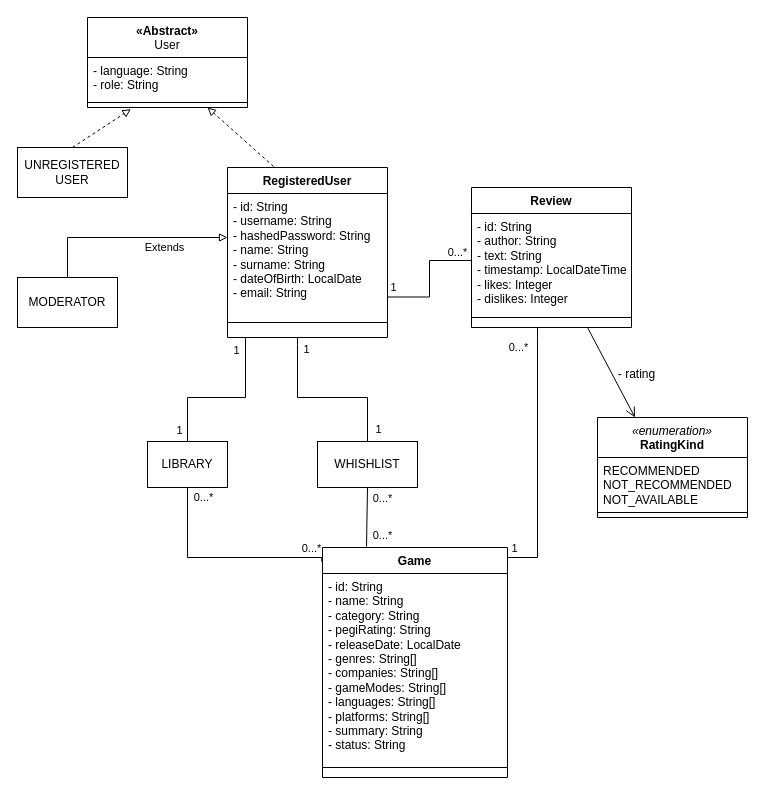
Earlier version of the draw.io diagram Diagrams/UML class diagram (complete).drawio (lorenzoceccanti/pixelindex). Source tidied: cells renumbered, new cells numbered last; positions are measured from the earlier drawing's top-left corner, leaving out a move shared by most shapes. Both pictures are drawn from the tidied source at 100%, with x=0, y=0 at pixel (17, 17).
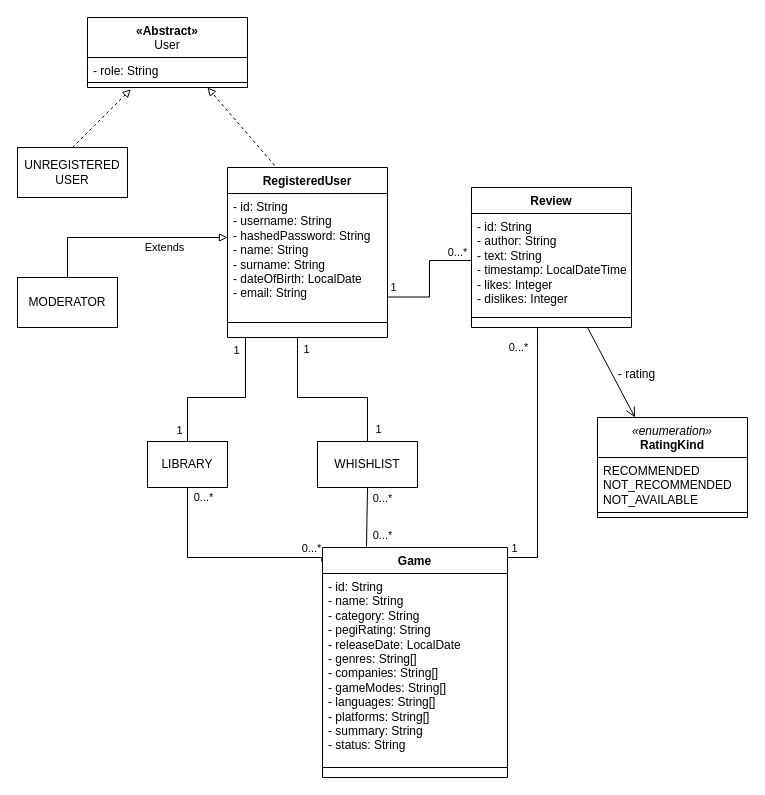
Above is the later version.

The edit, as a diff of the source:
```diff
@@
     <mxCell id="39" value="«Abstract»&lt;br style=&quot;border-color: var(--border-color); font-weight: 400;&quot;&gt;&lt;span style=&quot;font-weight: 400;&quot;&gt;User&lt;/span&gt;" style="swimlane;fontStyle=1;align=center;verticalAlign=top;horizontal=1;startSize=40;whiteSpace=wrap;html=1;fillStyle=auto;" parent="1" vertex="1">
-      <mxGeometry x="70" width="160" height="90" as="geometry" />
+      <mxGeometry x="70" width="160" height="70" as="geometry" />
     </mxCell>
-    <mxCell id="40" value="- language: String&lt;br&gt;- role: String" style="text;strokeColor=none;fillColor=none;align=left;verticalAlign=top;spacingLeft=4;spacingRight=4;overflow=hidden;whiteSpace=wrap;html=1;" parent="39" vertex="1">
-      <mxGeometry y="40" width="160" height="40" as="geometry" />
+    <mxCell id="40" value="- role: String" style="text;strokeColor=none;fillColor=none;align=left;verticalAlign=top;spacingLeft=4;spacingRight=4;overflow=hidden;whiteSpace=wrap;html=1;" parent="39" vertex="1">
+      <mxGeometry y="40" width="160" height="20" as="geometry" />
     </mxCell>
     <mxCell id="41" style="line;strokeWidth=1;fillColor=none;align=left;verticalAlign=middle;spacingTop=-1;spacingLeft=3;spacingRight=3;labelPosition=right;points=[];portConstraint=eastwest;strokeColor=inherit;" parent="39" vertex="1">
-      <mxGeometry y="80" width="160" height="10" as="geometry" />
+      <mxGeometry y="60" width="160" height="10" as="geometry" />
     </mxCell>
```
